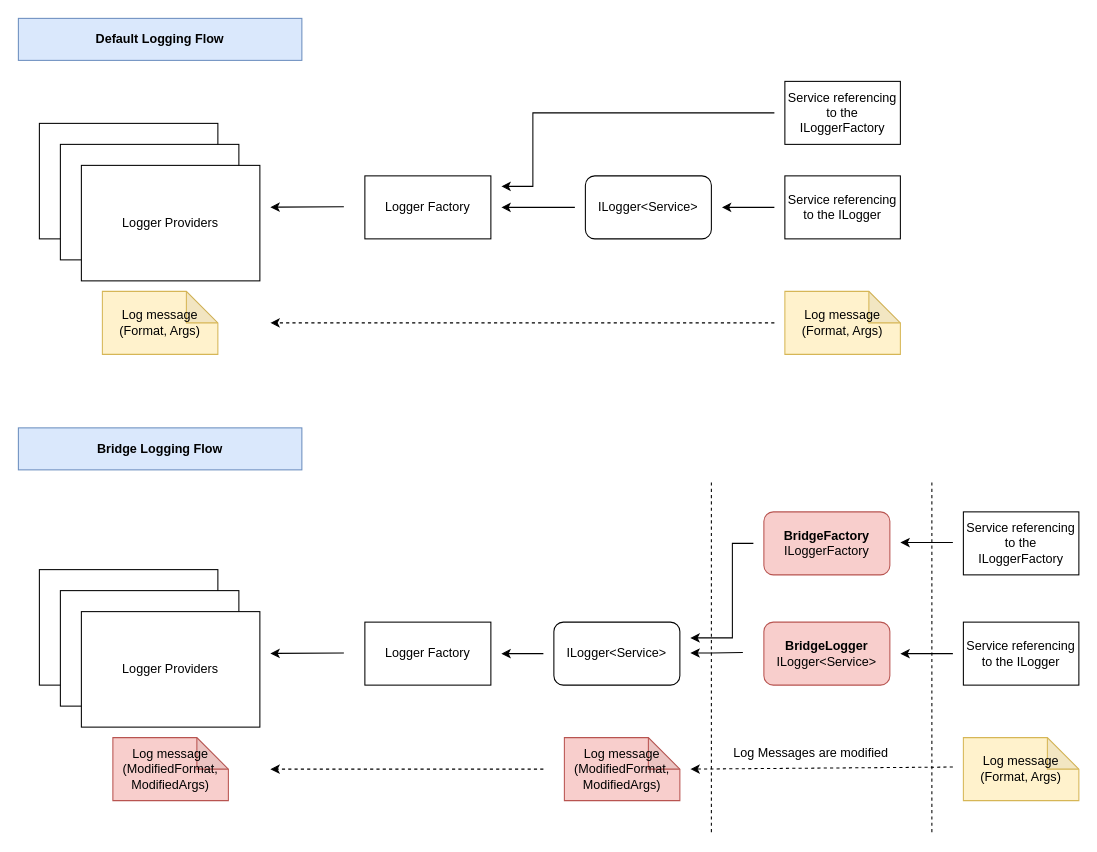
Above: Doc/draw.drawio in VanDng/BridgeLogger (draw.io), before the change. Source tidied: cells renumbered, new cells numbered last; positions are measured from the earlier drawing's top-left corner, leaving out a move shared by most shapes. Both pictures are drawn from the tidied source at 105%, with x=0, y=0 at pixel (18, 18).
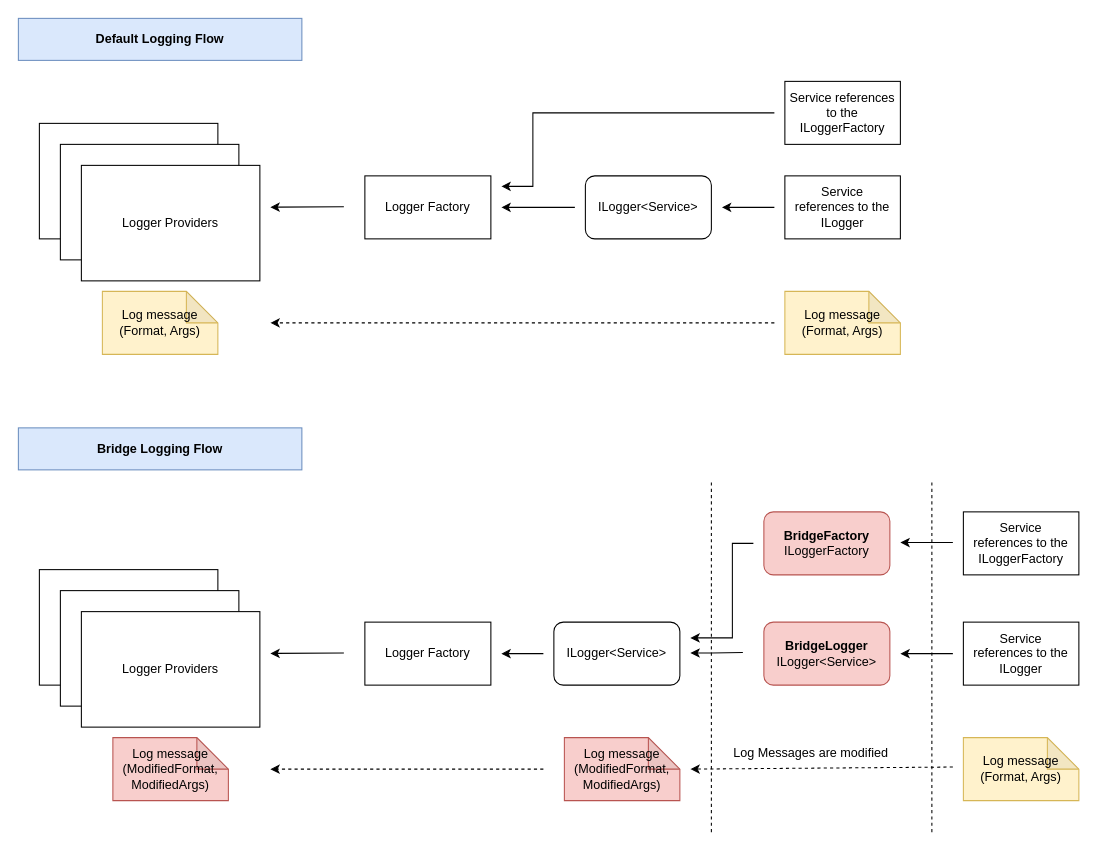
The same page after the edit.

The edit, as a diff of the source:
```diff
@@
-    <mxCell id="8" value="Service referencing to the ILogger" style="rounded=0;whiteSpace=wrap;html=1;" parent="1" vertex="1">
+    <mxCell id="8" value="Service references&amp;nbsp;to the ILogger" style="rounded=0;whiteSpace=wrap;html=1;" parent="1" vertex="1">
       <mxGeometry x="730" y="150" width="110" height="60" as="geometry" />
     </mxCell>
@@
-    <mxCell id="20" value="Service referencing to the ILogger" style="rounded=0;whiteSpace=wrap;html=1;" parent="1" vertex="1">
+    <mxCell id="20" value="Service references&amp;nbsp;to the ILogger" style="rounded=0;whiteSpace=wrap;html=1;" parent="1" vertex="1">
       <mxGeometry x="900" y="575" width="110" height="60" as="geometry" />
     </mxCell>
@@
-    <mxCell id="36" value="Service referencing to the ILoggerFactory" style="rounded=0;whiteSpace=wrap;html=1;" parent="1" vertex="1">
+    <mxCell id="36" value="Service references&amp;nbsp;to the ILoggerFactory" style="rounded=0;whiteSpace=wrap;html=1;" parent="1" vertex="1">
       <mxGeometry x="900" y="470" width="110" height="60" as="geometry" />
     </mxCell>
@@
-    <mxCell id="39" value="Service referencing to the ILoggerFactory" style="rounded=0;whiteSpace=wrap;html=1;" parent="1" vertex="1">
+    <mxCell id="39" value="Service references to the ILoggerFactory" style="rounded=0;whiteSpace=wrap;html=1;" parent="1" vertex="1">
       <mxGeometry x="730" y="60" width="110" height="60" as="geometry" />
     </mxCell>
```
